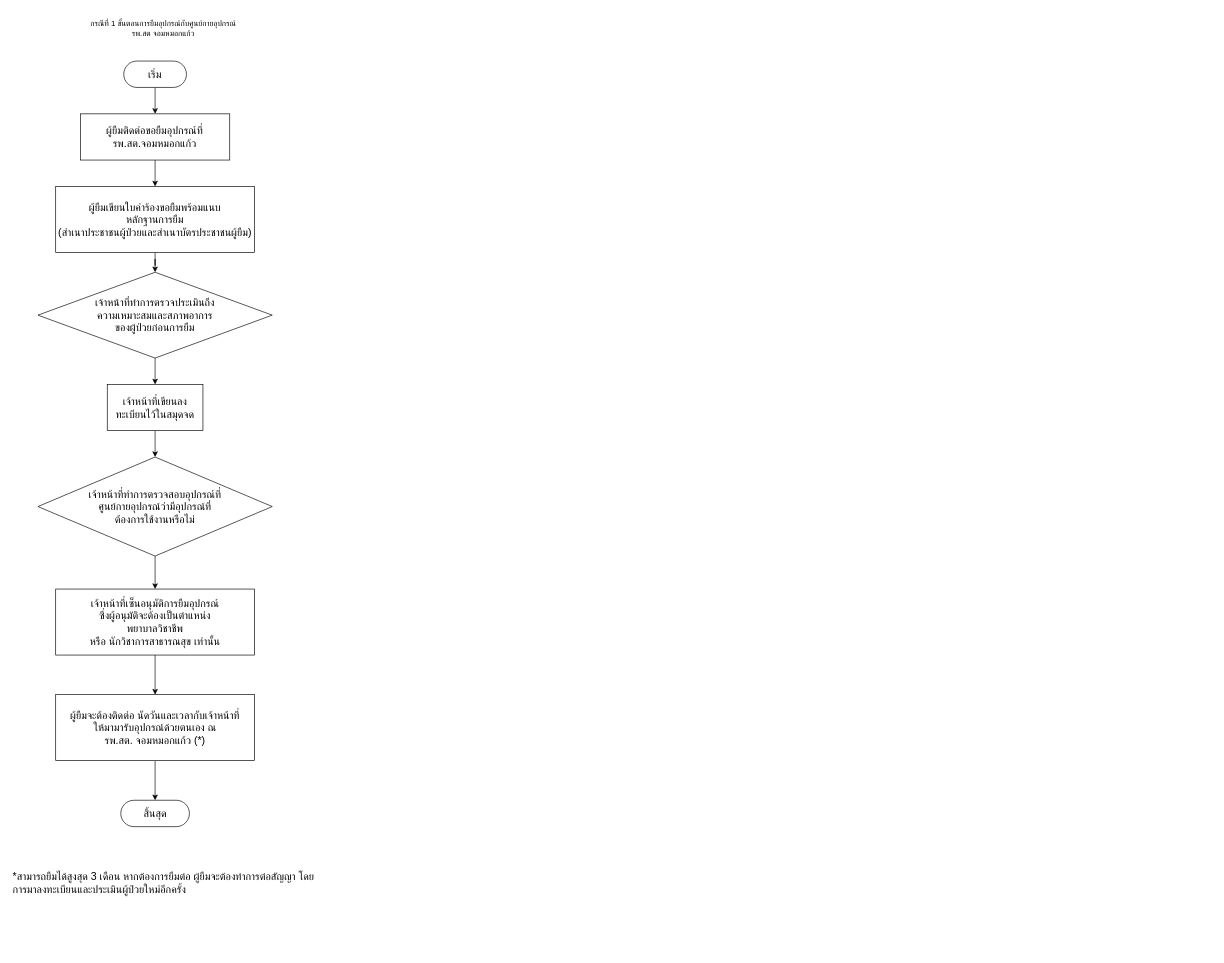
Above: old_system_flowchart.drawio in oown-mac/jmk_medstock_diagram (draw.io), before the change. Source tidied: cells renumbered, new cells numbered last; positions are measured from the earlier drawing's top-left corner, leaving out a move shared by most shapes. Both pictures are drawn from the tidied source at 66%, with x=0, y=0 at pixel (11, 15).
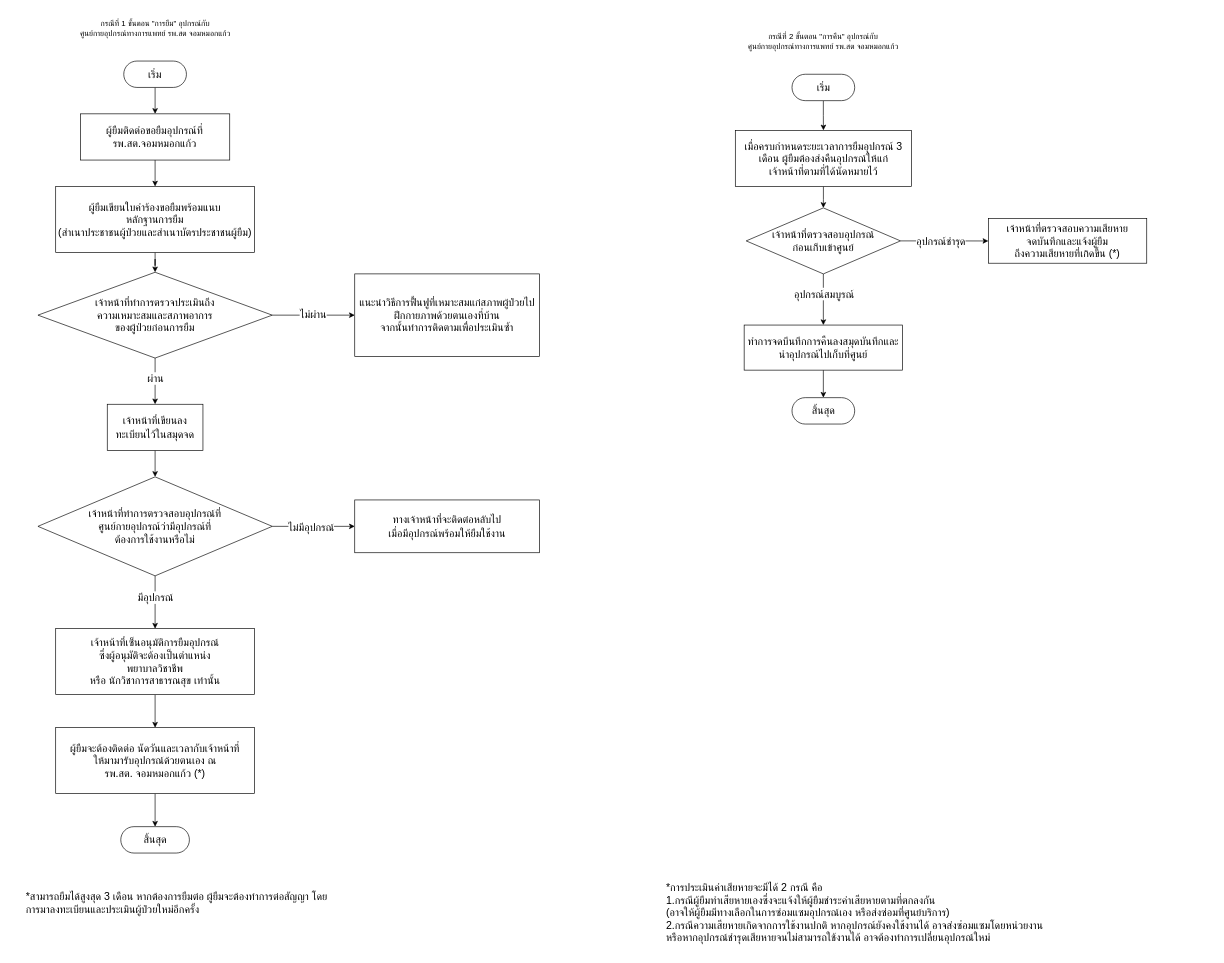
Above is the later version.

Commit message:
feat: add step-by-step return

The change refers to these unchanged cells:
```xml
<mxCell id="8" style="edgeStyle=orthogonalEdgeStyle;rounded=0;jettySize=auto;html=1;" parent="1" edge="1" source="9" target="11">
  <mxGeometry relative="1" as="geometry" />
</mxCell>
<mxCell id="9" value="&lt;font style=&quot;font-size: 16px;&quot;&gt;เจ้าหน้าที่ทำการตรวจประเมินถึง&lt;br&gt;ความเหมาะสมและสภาพอาการ&lt;br&gt;ของผู้ป่วยก่อนการยืม&lt;/font&gt;" style="rhombus;whiteSpace=wrap;html=1;" parent="1" vertex="1">
  <mxGeometry x="40" y="390" width="355" height="130" as="geometry" />
</mxCell>
<mxCell id="12" style="edgeStyle=orthogonalEdgeStyle;rounded=0;jettySize=auto;html=1;" parent="1" edge="1" source="13" target="15">
  <mxGeometry relative="1" as="geometry" />
</mxCell>
```

Change to the diagram source:
```diff
@@
+    <mxCell id="21" value="ผ่าน" style="edgeLabel;html=1;align=center;verticalAlign=middle;fontSize=16;" parent="8" vertex="1">
+      <mxGeometry x="-0.47" y="1" relative="1" as="geometry">
+        <mxPoint x="-1" y="11" as="offset" />
+      </mxGeometry>
+    </mxCell>
+    <mxCell id="22" style="edgeStyle=orthogonalEdgeStyle;rounded=0;jettySize=auto;html=1;" parent="1" edge="1" source="9" target="38">
+      <mxGeometry relative="1" as="geometry" />
+    </mxCell>
+    <mxCell id="23" value="ไม่ผ่าน" style="edgeLabel;html=1;align=center;verticalAlign=middle;fontSize=16;" parent="22" vertex="1">
+      <mxGeometry x="-0.02" y="2" relative="1" as="geometry" />
+    </mxCell>
@@
     <mxCell id="11" value="&lt;font style=&quot;font-size: 16px;&quot;&gt;เจ้าหน้าที่เขียนลงทะเบียนไว้ในสมุดจด&lt;/font&gt;" style="rounded=0;whiteSpace=wrap;html=1;" parent="1" vertex="1">
-      <mxGeometry x="145" y="560" width="145" height="70" as="geometry" />
+      <mxGeometry x="145" y="590" width="145" height="70" as="geometry" />
     </mxCell>
@@
+    <mxCell id="24" value="มีอุปกรณ์" style="edgeLabel;html=1;align=center;verticalAlign=middle;fontSize=16;" parent="12" vertex="1">
+      <mxGeometry x="-0.21" relative="1" as="geometry" />
+    </mxCell>
+    <mxCell id="25" style="edgeStyle=orthogonalEdgeStyle;rounded=0;jettySize=auto;html=1;" parent="1" edge="1" source="13" target="39">
+      <mxGeometry relative="1" as="geometry" />
+    </mxCell>
+    <mxCell id="26" value="ไม่มีอุปกรณ์" style="edgeLabel;html=1;align=center;verticalAlign=middle;fontSize=16;" parent="25" vertex="1">
+      <mxGeometry x="-0.08" y="-1" relative="1" as="geometry" />
+    </mxCell>
     <mxCell id="13" value="&lt;font style=&quot;font-size: 16px;&quot;&gt;เจ้าหน้าที่ทำการตรวจสอบอุปกรณ์ที่&lt;br&gt;ศูนย์กายอุปกรณ์ว่ามีอุปกรณ์ที่&lt;br&gt;ต้องการใช้งานหรือไม่&lt;/font&gt;" style="rhombus;whiteSpace=wrap;html=1;" parent="1" vertex="1">
-      <mxGeometry x="40" y="670" width="355" height="150" as="geometry" />
+      <mxGeometry x="40" y="700" width="355" height="150" as="geometry" />
     </mxCell>
@@
     <mxCell id="15" value="เจ้าหน้าที่เซ็นอนุมัติการยืมอุปกรณ์&lt;br&gt;ซึ่งผู้อนุมัติจะต้องเป็นตำแหน่ง &lt;br&gt;พยาบาลวิชาชีพ&lt;br&gt;หรือ นักวิชาการสาธารณสุข เท่านั้น" style="rounded=0;whiteSpace=wrap;html=1;fontSize=16;" parent="1" vertex="1">
-      <mxGeometry x="66.9" y="870" width="301.2" height="100" as="geometry" />
+      <mxGeometry x="66.9" y="930" width="301.2" height="100" as="geometry" />
     </mxCell>
@@
     <mxCell id="17" value="ผู้ยืมจะต้องติดต่อ นัดวันและเวลากับเจ้าหน้าที่&lt;br&gt;ให้มามารับอุปกรณ์ด้วยตนเอง ณ &lt;br&gt;รพ.สต. จอมหมอกแก้ว (*)" style="rounded=0;whiteSpace=wrap;html=1;fontSize=16;" parent="1" vertex="1">
-      <mxGeometry x="66.9" y="1030" width="301.2" height="100" as="geometry" />
+      <mxGeometry x="66.9" y="1080" width="301.2" height="100" as="geometry" />
     </mxCell>
     <mxCell id="18" value="&lt;span style=&quot;font-family: Helvetica; font-size: 16px; font-style: normal; font-variant-ligatures: normal; font-variant-caps: normal; font-weight: 400; letter-spacing: normal; orphans: 2; text-align: center; text-indent: 0px; text-transform: none; widows: 2; word-spacing: 0px; -webkit-text-stroke-width: 0px; white-space: normal; text-decoration-thickness: initial; text-decoration-style: initial; text-decoration-color: initial; float: none; display: inline !important;&quot;&gt;&lt;font&gt;*สามารถยืมได้สูงสุด 3 เดือน หากต้องการยืมต่อ ผู้ยืมจะต้องทำการต่อสัญญา โดยการมาลงทะเบียนและประเมินผู้ป่วยใหม่อีกครั้ง&lt;/font&gt;&lt;/span&gt;" style="text;whiteSpace=wrap;html=1;" parent="1" vertex="1">
-      <mxGeometry y="1290" width="460" height="50" as="geometry" />
+      <mxGeometry x="20" y="1320" width="460" height="50" as="geometry" />
     </mxCell>
     <mxCell id="19" value="&lt;font style=&quot;font-size: 16px;&quot;&gt;สิ้นสุด&lt;/font&gt;" style="html=1;dashed=0;whiteSpace=wrap;shape=mxgraph.dfd.start;" parent="1" vertex="1">
-      <mxGeometry x="165.5" y="1190" width="104" height="40" as="geometry" />
+      <mxGeometry x="165.5" y="1230" width="104" height="40" as="geometry" />
     </mxCell>
-    <mxCell id="20" value="กรณีที่ 1 ขั้นตอนการยืมอุปกรณ์กับศูนย์กายอุปกรณ์ รพ.สต จอมหมอกแก้ว" style="text;html=1;align=center;verticalAlign=middle;whiteSpace=wrap;rounded=0;" parent="1" vertex="1">
-      <mxGeometry x="110" width="240" height="40" as="geometry" />
+    <mxCell id="20" value="กรณีที่ 1 ขั้นตอน &quot;การยืม&quot; อุปกรณ์กับ&lt;br&gt;ศูนย์กายอุปกรณ์ทางการแพทย์ รพ.สต จอมหมอกแก้ว" style="text;html=1;align=center;verticalAlign=middle;whiteSpace=wrap;rounded=0;" parent="1" vertex="1">
+      <mxGeometry x="62.5" y="-5" width="310" height="50" as="geometry" />
     </mxCell>
+    <mxCell id="27" value="กรณีที่ 2 ขั้นตอน &quot;การคืน&quot; อุปกรณ์กับ&lt;br&gt;ศูนย์กายอุปกรณ์ทางการแพทย์ รพ.สต จอมหมอกแก้ว" style="text;html=1;align=center;verticalAlign=middle;whiteSpace=wrap;rounded=0;" parent="1" vertex="1">
+      <mxGeometry x="1090" y="20" width="280" height="40" as="geometry" />
+    </mxCell>
+    <mxCell id="28" style="edgeStyle=orthogonalEdgeStyle;rounded=0;jettySize=auto;html=1;" parent="1" edge="1" source="29" target="31">
+      <mxGeometry relative="1" as="geometry" />
+    </mxCell>
+    <mxCell id="29" value="&lt;font style=&quot;font-size: 16px;&quot;&gt;เริ่ม&lt;/font&gt;" style="html=1;dashed=0;whiteSpace=wrap;shape=mxgraph.dfd.start;" parent="1" vertex="1">
+      <mxGeometry x="1182.5" y="90" width="95" height="40" as="geometry" />
+    </mxCell>
+    <mxCell id="30" style="edgeStyle=orthogonalEdgeStyle;rounded=0;jettySize=auto;html=1;" parent="1" edge="1" source="31" target="36">
+      <mxGeometry relative="1" as="geometry" />
+    </mxCell>
+    <mxCell id="31" value="เมื่อครบกำหนดระยะเวลาการยืมอุปกรณ์ 3 เดือน ผู้ยืมต้องส่งคืนอุปกรณ์ให้แก่&lt;br&gt;เจ้าหน้าที่ตามที่ได้นัดหมายไว้" style="rounded=0;whiteSpace=wrap;html=1;fontSize=16;" parent="1" vertex="1">
+      <mxGeometry x="1096.6" y="175" width="266.9" height="85" as="geometry" />
+    </mxCell>
+    <mxCell id="32" style="edgeStyle=orthogonalEdgeStyle;rounded=0;jettySize=auto;html=1;" parent="1" edge="1" source="36" target="37">
+      <mxGeometry relative="1" as="geometry" />
+    </mxCell>
+    <mxCell id="33" value="อุปกรณ์ชำรุด" style="edgeLabel;html=1;align=center;verticalAlign=middle;fontSize=16;" parent="32" vertex="1">
+      <mxGeometry x="-0.09" relative="1" as="geometry" />
+    </mxCell>
+    <mxCell id="34" style="edgeStyle=orthogonalEdgeStyle;rounded=0;jettySize=auto;html=1;" parent="1" edge="1" source="36" target="42">
+      <mxGeometry relative="1" as="geometry" />
+    </mxCell>
+    <mxCell id="35" value="อุปกรณ์สมบูรณ์" style="edgeLabel;html=1;align=center;verticalAlign=middle;fontSize=16;" parent="34" vertex="1">
+      <mxGeometry x="-0.32" relative="1" as="geometry">
+        <mxPoint y="4" as="offset" />
+      </mxGeometry>
+    </mxCell>
+    <mxCell id="36" value="เจ้าหน้าที่ตรวจสอบอุปกรณ์&lt;br&gt;ก่อนเก็บเข้าศูนย์" style="rhombus;whiteSpace=wrap;html=1;fontSize=16;" parent="1" vertex="1">
+      <mxGeometry x="1113.1" y="292.5" width="233.8" height="100" as="geometry" />
+    </mxCell>
+    <mxCell id="37" value="เจ้าหน้าที่ตรวจสอบความเสียหาย&lt;br&gt;จดบันทึกและแจ้งผู้ยืม&lt;br&gt;ถึงความเสียหายที่เกิดขึ้น (*)" style="rounded=0;whiteSpace=wrap;html=1;fontSize=16;" parent="1" vertex="1">
+      <mxGeometry x="1480" y="308.8" width="240" height="67.5" as="geometry" />
+    </mxCell>
+    <mxCell id="38" value="&lt;font style=&quot;font-size: 16px;&quot;&gt;แนะนำวิธีการฟื้นฟูที่เหมาะสมแก่สภาพผู้ป่วยไปฝึกกายภาพด้วยตนเองที่บ้าน&lt;/font&gt;&lt;div&gt;&lt;font style=&quot;font-size: 16px;&quot;&gt;จากนั้นทำการติดตามเพื่อประเมินซ้ำ&lt;/font&gt;&lt;/div&gt;" style="rounded=0;whiteSpace=wrap;html=1;" parent="1" vertex="1">
+      <mxGeometry x="520" y="392.5" width="280" height="125" as="geometry" />
+    </mxCell>
+    <mxCell id="39" value="&lt;font style=&quot;font-size: 16px;&quot;&gt;ทางเจ้าหน้าที่จะติดต่อหลับไป&lt;br&gt;เมื่อมีอุปกรณ์พร้อมให้ยืมใช้งาน&lt;/font&gt;" style="rounded=0;whiteSpace=wrap;html=1;" parent="1" vertex="1">
+      <mxGeometry x="520" y="735" width="280" height="80" as="geometry" />
+    </mxCell>
+    <mxCell id="40" value="&lt;font style=&quot;font-size: 16px;&quot;&gt;*การประเมินค่าเสียหายจะมีได้ 2 กรณี คือ &lt;br&gt;1.กรณีผู้ยืมทำเสียหายเองซึ่งจะแจ้งให้ผู้ยืมชำระค่าเสียหายตามที่ตกลงกัน &lt;br&gt;(อาจให้ผู้ยืมมีทางเลือกในการซ่อมแซมอุปกรณ์เอง หรือส่งซ่อมที่ศูนย์บริการ)&lt;/font&gt;&lt;div&gt;&lt;font style=&quot;font-size: 16px;&quot;&gt;2.กรณีความเสียหายเกิดจากการใช้งานปกติ&amp;nbsp;หากอุปกรณ์ยังคงใช้งานได้ อาจส่งซ่อมแซมโดยหน่วยงาน &lt;br&gt;หรือหากอุปกรณ์ชำรุดเสียหายจนไม่สามารถใช้งานได้ อาจต้องทำการเปลี่ยนอุปกรณ์ใหม่&amp;nbsp;&lt;/font&gt;&lt;/div&gt;" style="text;html=1;align=left;verticalAlign=middle;whiteSpace=wrap;rounded=0;" parent="1" vertex="1">
+      <mxGeometry x="990" y="1300" width="830" height="120" as="geometry" />
+    </mxCell>
+    <mxCell id="41" style="edgeStyle=orthogonalEdgeStyle;rounded=0;jettySize=auto;html=1;" parent="1" edge="1" source="42" target="43">
+      <mxGeometry relative="1" as="geometry" />
+    </mxCell>
+    <mxCell id="42" value="ทำการจดบึนทึกการคืนลงสมุดบันทึกและนำอุปกรณ์ไปเก็บที่ศูนย์" style="rounded=0;whiteSpace=wrap;html=1;fontSize=16;" parent="1" vertex="1">
+      <mxGeometry x="1110" y="470" width="240" height="68.3" as="geometry" />
+    </mxCell>
+    <mxCell id="43" value="&lt;font style=&quot;font-size: 16px;&quot;&gt;สิ้นสุด&lt;/font&gt;" style="html=1;dashed=0;whiteSpace=wrap;shape=mxgraph.dfd.start;" parent="1" vertex="1">
+      <mxGeometry x="1182.5" y="580" width="95" height="40" as="geometry" />
+    </mxCell>
```
